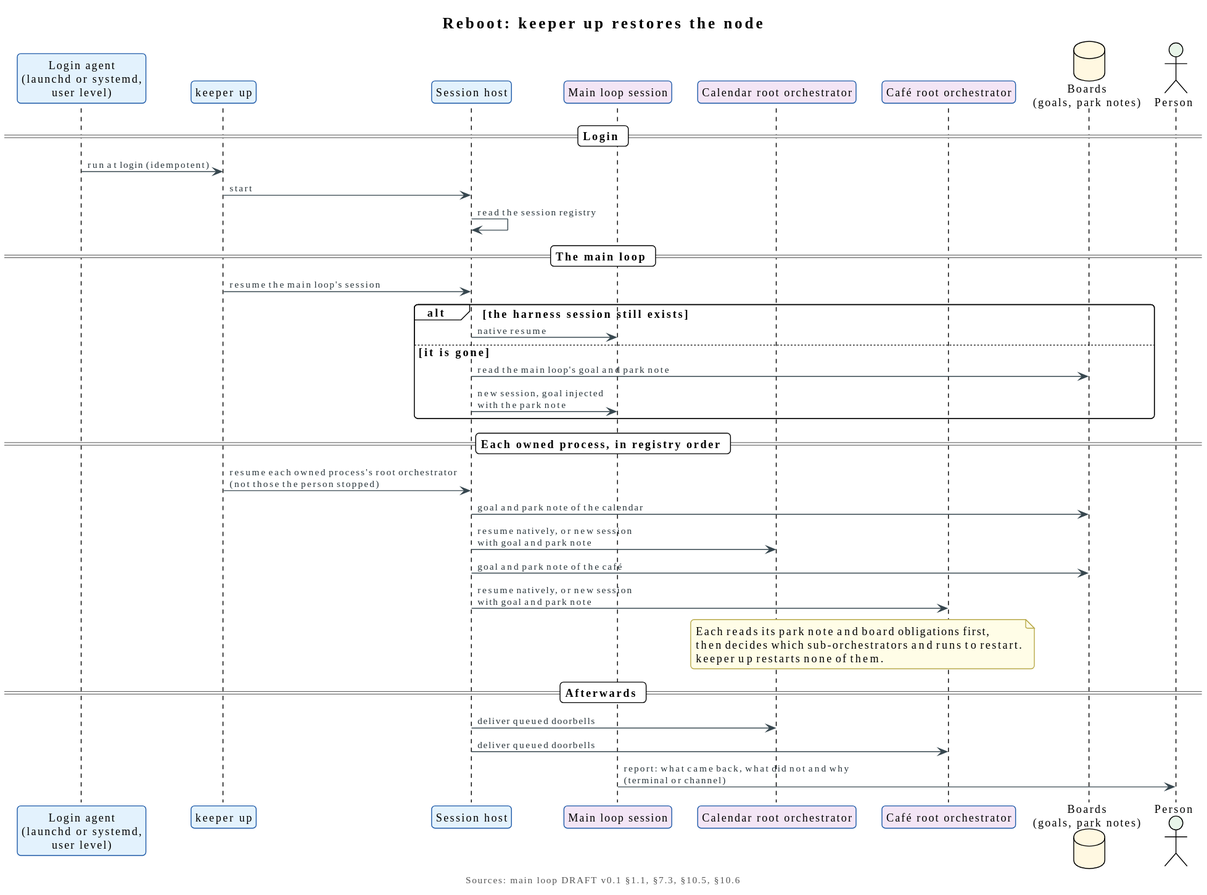
Above: diagrams/artefacts/plantuml/reboot-restore.svg in relux-works/curator-keeper (PlantUML), before the change.
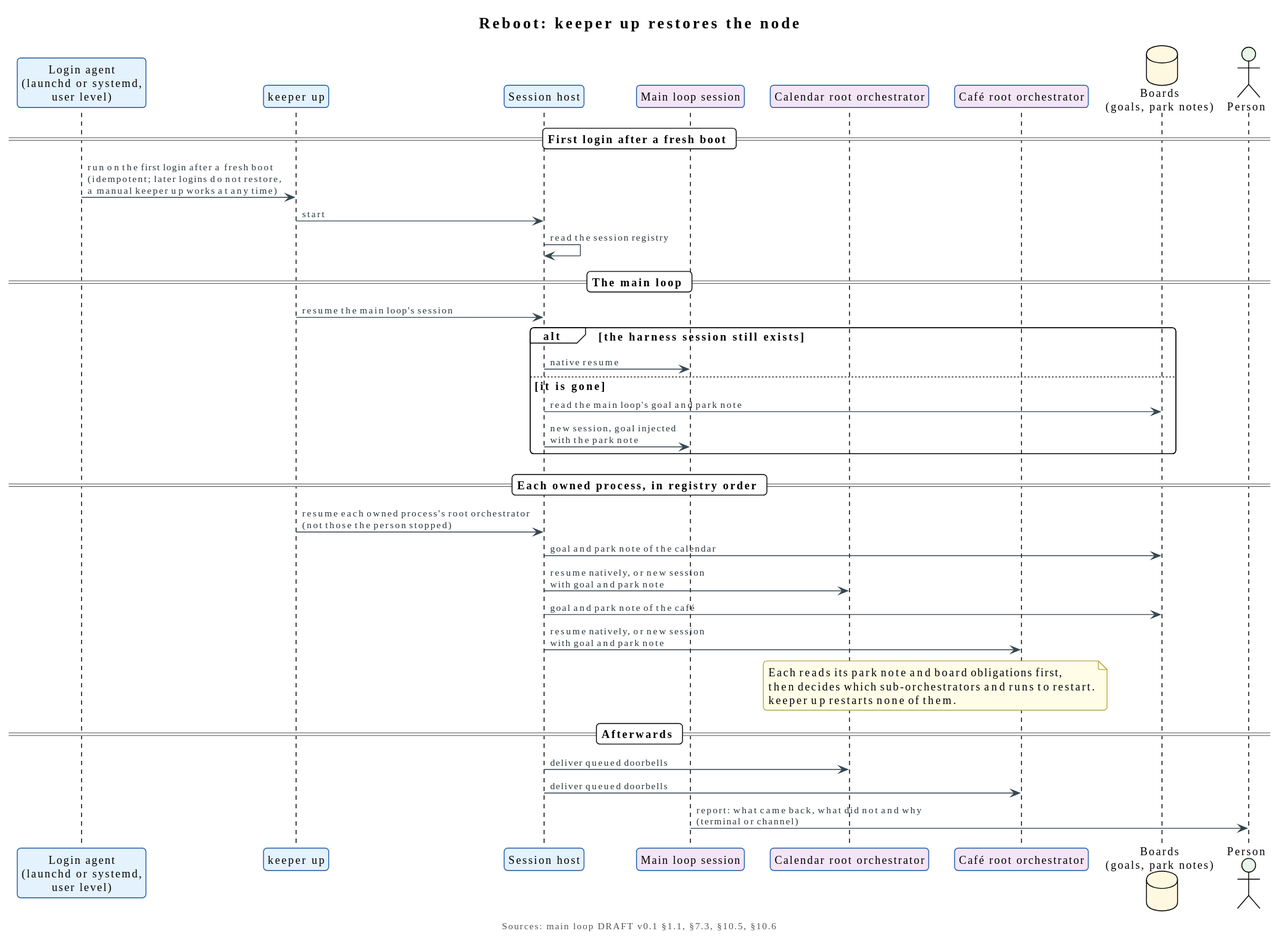
Later version of the same file.

Commit message:
Diagrams: keeper up restores only on the first login after a fresh boot

What changed in the source:
```diff
@@ -17,8 +17,8 @@
 database "Boards\n(goals, park notes)" as boards $COMMITTED
 actor "Person" as person $PERSON
 
-== Login ==
-agent -> up : run at login (idempotent)
+== First login after a fresh boot ==
+agent -> up : run on the first login after a fresh boot\n(idempotent; later logins do not restore,\na manual keeper up works at any time)
 up -> host : start
 host -> host : read the session registry
 
```
